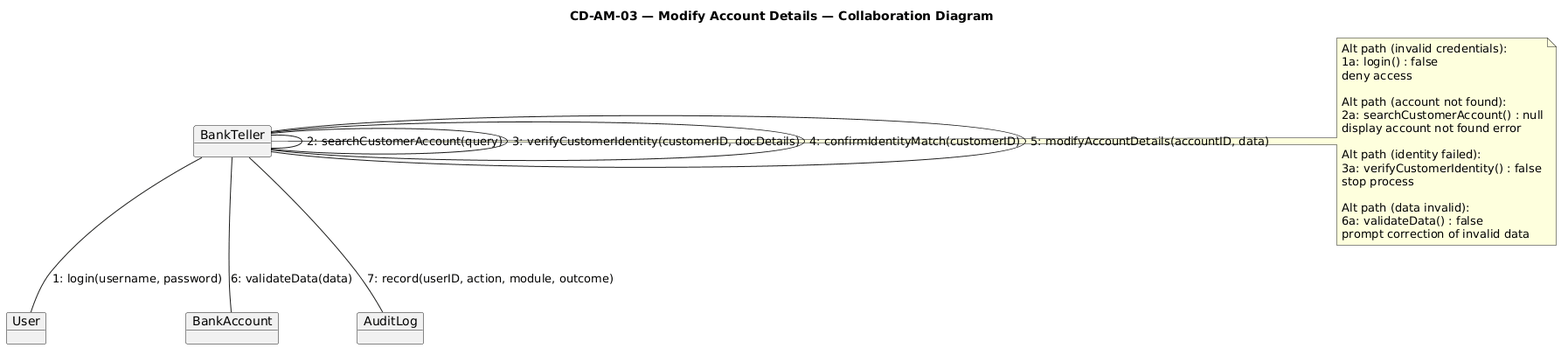
Earlier version of the PlantUML export Diagrams/Collaboration Diagrams/CD_AM03.png (erindkotobelli12/BankManagementSystem). The source it was exported from:
```plantuml
@startuml
title CD-AM-03 — Modify Account Details — Collaboration Diagram

object BankTeller
object User
object BankAccount
object AuditLog

BankTeller -- User        : "1: login(username, password)"
BankTeller -- BankTeller  : "2: searchCustomerAccount(query)"
BankTeller -- BankTeller  : "3: verifyCustomerIdentity(customerID, docDetails)"
BankTeller -- BankTeller  : "4: confirmIdentityMatch(customerID)"
BankTeller -- BankTeller  : "5: modifyAccountDetails(accountID, data)"
BankTeller -- BankAccount : "6: validateData(data)"
BankTeller -- AuditLog    : "7: record(userID, action, module, outcome)"

note right of BankTeller
Alt path (invalid credentials):
1a: login() : false
deny access

Alt path (account not found):
2a: searchCustomerAccount() : null
display account not found error

Alt path (identity failed):
3a: verifyCustomerIdentity() : false
stop process

Alt path (data invalid):
6a: validateData() : false
prompt correction of invalid data
end note
@enduml
```
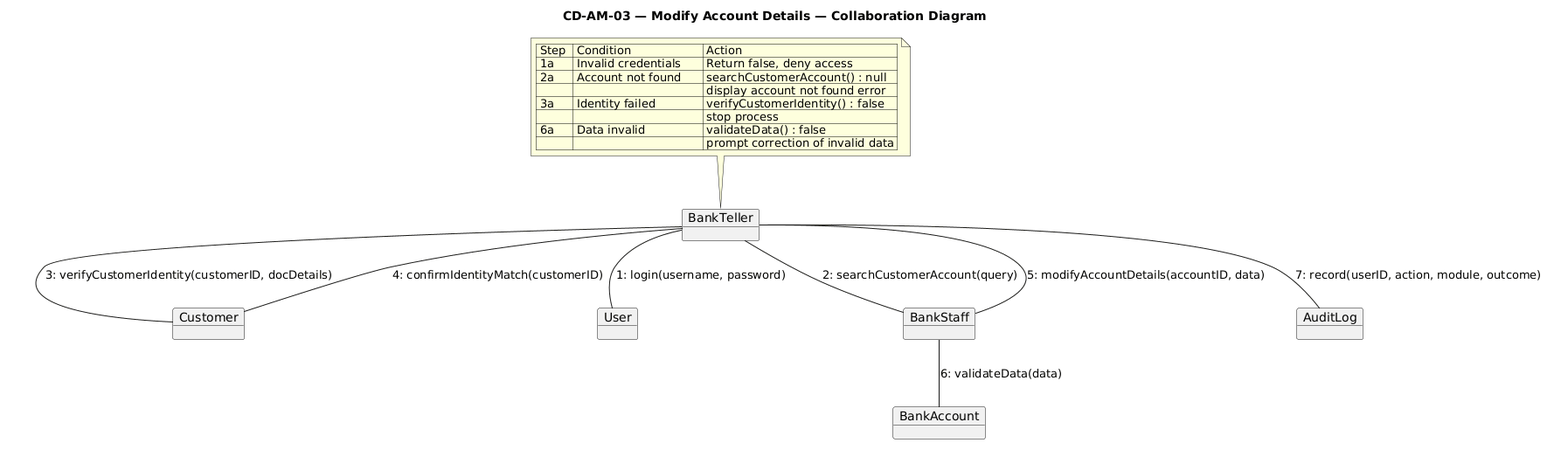
After the commit.

The edit, as a diff of the source:
```diff
@@ -2,33 +2,28 @@
 title CD-AM-03 — Modify Account Details — Collaboration Diagram
 
 object BankTeller
+object Customer
 object User
+object BankStaff
 object BankAccount
 object AuditLog
 
-BankTeller -- User        : "1: login(username, password)"
-BankTeller -- BankTeller  : "2: searchCustomerAccount(query)"
-BankTeller -- BankTeller  : "3: verifyCustomerIdentity(customerID, docDetails)"
-BankTeller -- BankTeller  : "4: confirmIdentityMatch(customerID)"
-BankTeller -- BankTeller  : "5: modifyAccountDetails(accountID, data)"
-BankTeller -- BankAccount : "6: validateData(data)"
-BankTeller -- AuditLog    : "7: record(userID, action, module, outcome)"
+BankTeller -- User : 1: login(username, password)
+BankTeller -- BankStaff : 2: searchCustomerAccount(query)
+BankTeller -- Customer : 3: verifyCustomerIdentity(customerID, docDetails)
+Customer -- BankTeller : 4: confirmIdentityMatch(customerID)
+BankTeller -- BankStaff : 5: modifyAccountDetails(accountID, data)
+BankStaff -- BankAccount : 6: validateData(data)
+BankTeller -- AuditLog : 7: record(userID, action, module, outcome)
 
-note right of BankTeller
-Alt path (invalid credentials):
-1a: login() : false
-deny access
-
-Alt path (account not found):
-2a: searchCustomerAccount() : null
-display account not found error
-
-Alt path (identity failed):
-3a: verifyCustomerIdentity() : false
-stop process
-
-Alt path (data invalid):
-6a: validateData() : false
-prompt correction of invalid data
+note top of BankTeller
+| Step  | Condition              | Action                           |
+| 1a    | Invalid credentials    | Return false, deny access        |
+| 2a    | Account not found      | searchCustomerAccount() : null   |
+|       |                        | display account not found error  |
+| 3a    | Identity failed        | verifyCustomerIdentity() : false |
+|       |                        | stop process                     |
+| 6a  | Data invalid           | validateData() : false           |
+|       |                        | prompt correction of invalid data|
 end note
 @enduml
```
